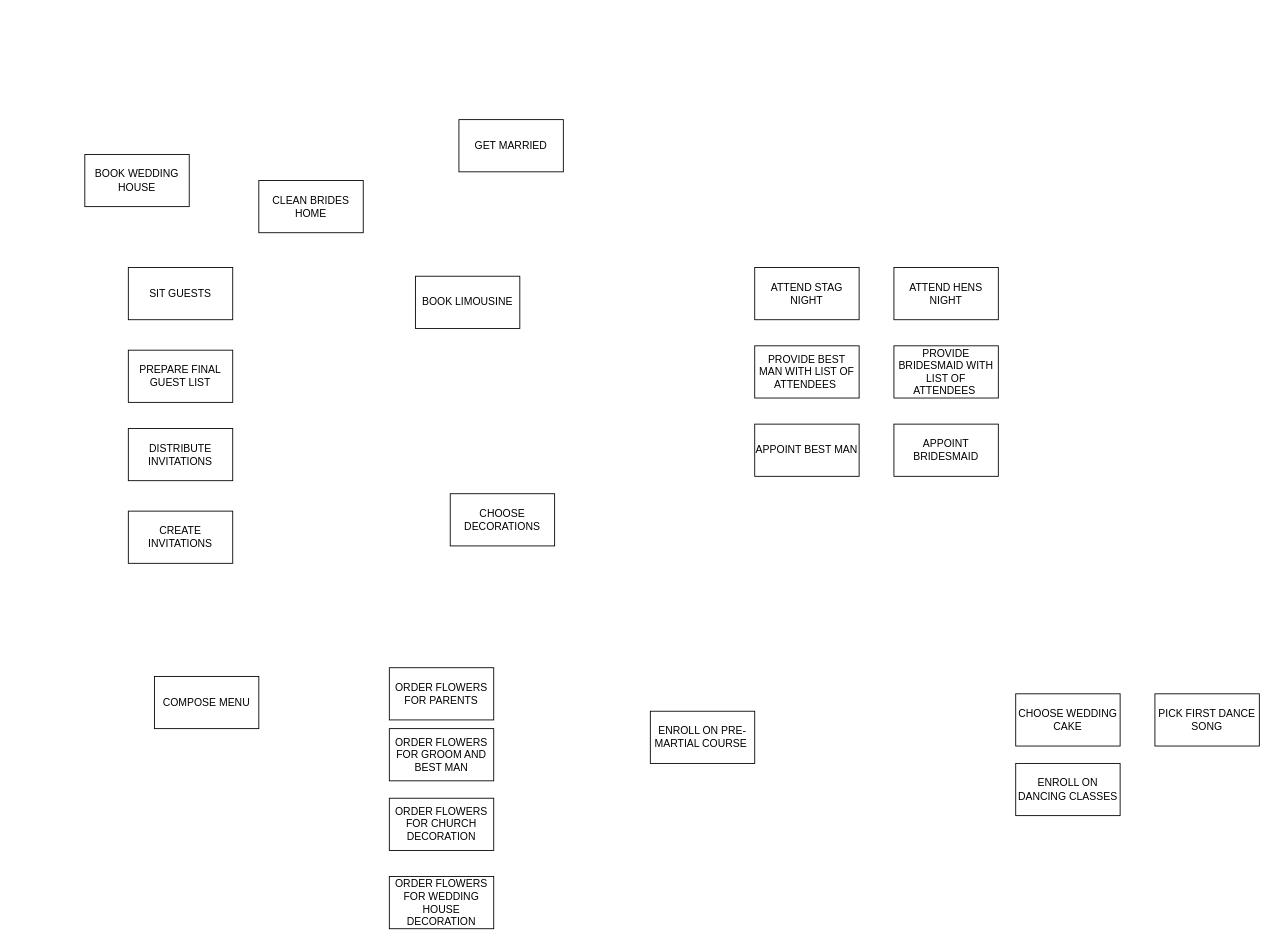
The draw.io diagram tasks.drawio.xml in JustMarriedTeam/JustMarriedDocs, before the edit. Source tidied: cells renumbered, new cells numbered last; positions are measured from the earlier drawing's top-left corner, leaving out a move shared by most shapes. Both pictures are drawn from the tidied source at 87%, with x=0, y=0 at pixel (84, 119).
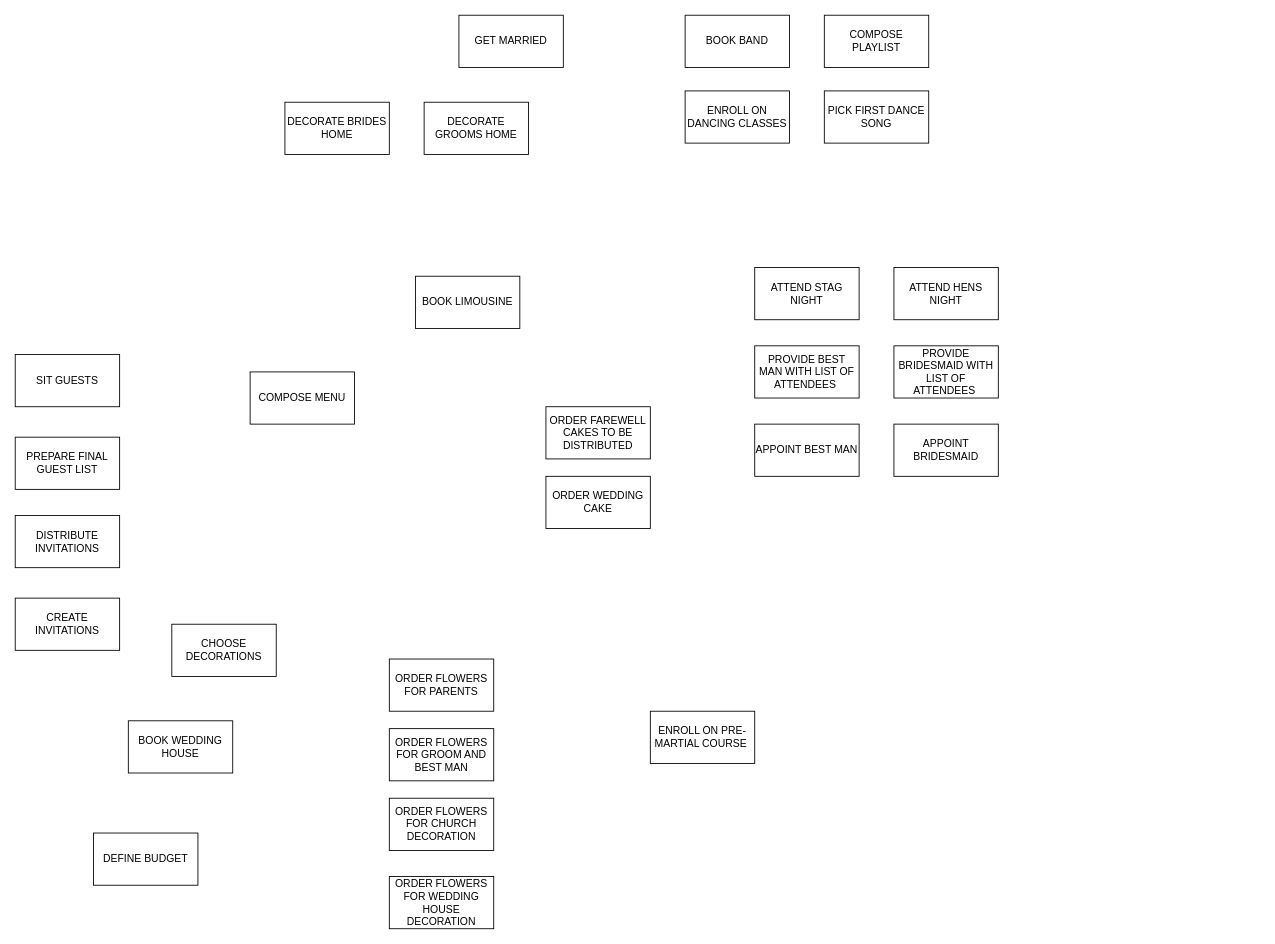
Above is the later version.

What changed in the source:
```diff
@@
     <mxCell id="2" value="GET MARRIED" style="whiteSpace=wrap;html=1;" parent="1" vertex="1">
-      <mxGeometry x="430" width="120" height="60" as="geometry" />
+      <mxGeometry x="430" y="-120" width="120" height="60" as="geometry" />
     </mxCell>
     <mxCell id="3" value="BOOK WEDDING HOUSE" style="whiteSpace=wrap;html=1;" parent="1" vertex="1">
-      <mxGeometry y="40" width="120" height="60" as="geometry" />
+      <mxGeometry x="50" y="691" width="120" height="60" as="geometry" />
     </mxCell>
     <mxCell id="4" value="CREATE INVITATIONS" style="whiteSpace=wrap;html=1;" parent="1" vertex="1">
-      <mxGeometry x="50" y="450" width="120" height="60" as="geometry" />
+      <mxGeometry x="-80" y="550" width="120" height="60" as="geometry" />
     </mxCell>
     <mxCell id="5" value="DISTRIBUTE INVITATIONS" style="whiteSpace=wrap;html=1;" parent="1" vertex="1">
-      <mxGeometry x="50" y="355" width="120" height="60" as="geometry" />
+      <mxGeometry x="-80" y="455" width="120" height="60" as="geometry" />
     </mxCell>
     <mxCell id="6" value="SIT GUESTS" style="whiteSpace=wrap;html=1;" parent="1" vertex="1">
-      <mxGeometry x="50" y="170" width="120" height="60" as="geometry" />
+      <mxGeometry x="-80" y="270" width="120" height="60" as="geometry" />
     </mxCell>
-    <mxCell id="7" value="CLEAN BRIDES HOME" style="whiteSpace=wrap;html=1;" parent="1" vertex="1">
-      <mxGeometry x="200" y="70" width="120" height="60" as="geometry" />
+    <mxCell id="7" value="DECORATE BRIDES HOME" style="whiteSpace=wrap;html=1;" parent="1" vertex="1">
+      <mxGeometry x="230" y="-20" width="120" height="60" as="geometry" />
     </mxCell>
     <mxCell id="8" value="CHOOSE DECORATIONS" style="whiteSpace=wrap;html=1;" parent="1" vertex="1">
-      <mxGeometry x="420" y="430" width="120" height="60" as="geometry" />
+      <mxGeometry x="100" y="580" width="120" height="60" as="geometry" />
     </mxCell>
     <mxCell id="9" value="ORDER FLOWERS FOR PARENTS" style="whiteSpace=wrap;html=1;" parent="1" vertex="1">
-      <mxGeometry x="350" y="630" width="120" height="60" as="geometry" />
+      <mxGeometry x="350" y="620" width="120" height="60" as="geometry" />
     </mxCell>
     <mxCell id="10" value="COMPOSE MENU" style="whiteSpace=wrap;html=1;" parent="1" vertex="1">
-      <mxGeometry x="80" y="640" width="120" height="60" as="geometry" />
+      <mxGeometry x="190" y="290" width="120" height="60" as="geometry" />
     </mxCell>
-    <mxCell id="11" value="CHOOSE WEDDING CAKE" style="whiteSpace=wrap;html=1;" parent="1" vertex="1">
-      <mxGeometry x="1070" y="660" width="120" height="60" as="geometry" />
+    <mxCell id="11" value="ORDER WEDDING CAKE" style="whiteSpace=wrap;html=1;" parent="1" vertex="1">
+      <mxGeometry x="530" y="410" width="120" height="60" as="geometry" />
     </mxCell>
     <mxCell id="12" value="PICK FIRST DANCE SONG" style="whiteSpace=wrap;html=1;" parent="1" vertex="1">
-      <mxGeometry x="1230" y="660" width="120" height="60" as="geometry" />
+      <mxGeometry x="850" y="-33" width="120" height="60" as="geometry" />
     </mxCell>
@@
     <mxCell id="17" value="ENROLL ON DANCING CLASSES" style="whiteSpace=wrap;html=1;" parent="1" vertex="1">
-      <mxGeometry x="1070" y="740" width="120" height="60" as="geometry" />
+      <mxGeometry x="690" y="-33" width="120" height="60" as="geometry" />
     </mxCell>
@@
     <mxCell id="19" value="PREPARE FINAL GUEST LIST" style="whiteSpace=wrap;html=1;" parent="1" vertex="1">
-      <mxGeometry x="50" y="265" width="120" height="60" as="geometry" />
+      <mxGeometry x="-80" y="365" width="120" height="60" as="geometry" />
     </mxCell>
@@
+    <mxCell id="26" value="DECORATE GROOMS HOME" style="whiteSpace=wrap;html=1;" parent="1" vertex="1">
+      <mxGeometry x="390" y="-20" width="120" height="60" as="geometry" />
+    </mxCell>
+    <mxCell id="27" value="ORDER FAREWELL CAKES TO BE DISTRIBUTED" style="whiteSpace=wrap;html=1;" parent="1" vertex="1">
+      <mxGeometry x="530" y="330" width="120" height="60" as="geometry" />
+    </mxCell>
+    <mxCell id="28" value="BOOK BAND" style="whiteSpace=wrap;html=1;" parent="1" vertex="1">
+      <mxGeometry x="690" y="-120" width="120" height="60" as="geometry" />
+    </mxCell>
+    <mxCell id="29" value="COMPOSE PLAYLIST" style="whiteSpace=wrap;html=1;" parent="1" vertex="1">
+      <mxGeometry x="850" y="-120" width="120" height="60" as="geometry" />
+    </mxCell>
+    <mxCell id="30" value="DEFINE BUDGET" style="whiteSpace=wrap;html=1;" parent="1" vertex="1">
+      <mxGeometry x="10" y="820" width="120" height="60" as="geometry" />
+    </mxCell>
```
